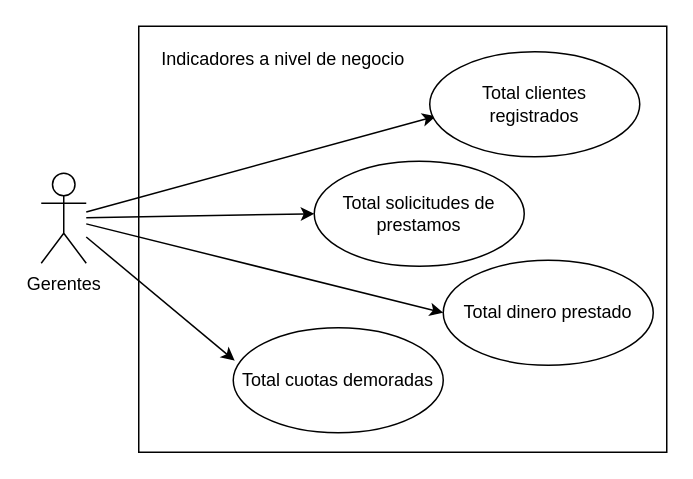
alexrv11/credicuotas keeps this draw.io diagram as docs/use cases/metrics-dashboard.drawio. Above is the earlier version. Source tidied: cells renumbered, new cells numbered last; positions are measured from the earlier drawing's top-left corner, leaving out a move shared by most shapes. Both pictures are drawn from the tidied source at 150%, with x=0, y=0 at pixel (40, 26).
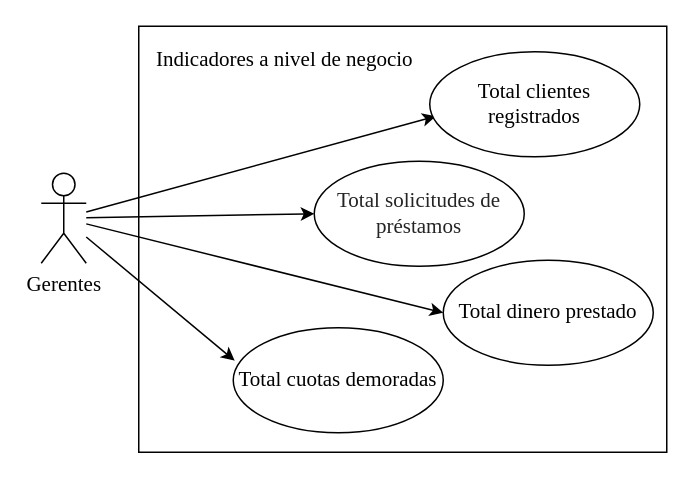
After the change.

The edit, as a diff of the source:
```diff
@@
 <mxGraphModel>
   <root>
     <mxCell id="0" />
     <mxCell id="1" parent="0" />
-    <mxCell id="2" style="rounded=0;whiteSpace=wrap;html=1;" parent="1" vertex="1">
+    <mxCell id="2" style="rounded=0;whiteSpace=wrap;html=1;fontFamily=Times New Roman;fontSize=14;" parent="1" vertex="1">
       <mxGeometry x="65" width="352" height="284" as="geometry" />
     </mxCell>
-    <mxCell id="3" value="Total solicitudes de prestamos" style="ellipse;whiteSpace=wrap;html=1;" parent="1" vertex="1">
+    <mxCell id="3" value="&lt;span id=&quot;docs-internal-guid-6db35773-7fff-20c3-f147-f76f2196d38b&quot;&gt;&lt;span style=&quot;font-size: 10.5pt ; color: rgb(36 , 36 , 36) ; vertical-align: baseline&quot;&gt;Total solicitudes de préstamos&lt;/span&gt;&lt;/span&gt;" style="ellipse;whiteSpace=wrap;html=1;fontFamily=Times New Roman;fontSize=14;" parent="1" vertex="1">
       <mxGeometry x="182" y="90" width="140" height="70" as="geometry" />
     </mxCell>
-    <mxCell id="4" style="edgeStyle=none;html=1;entryX=0.007;entryY=0.314;entryDx=0;entryDy=0;entryPerimeter=0;" parent="1" edge="1" source="8" target="12">
+    <mxCell id="4" style="edgeStyle=none;html=1;entryX=0.007;entryY=0.314;entryDx=0;entryDy=0;entryPerimeter=0;fontFamily=Times New Roman;fontSize=14;" parent="1" edge="1" source="8" target="12">
       <mxGeometry relative="1" as="geometry" />
     </mxCell>
-    <mxCell id="5" style="edgeStyle=none;html=1;entryX=0;entryY=0.5;entryDx=0;entryDy=0;" parent="1" edge="1" source="8" target="3">
+    <mxCell id="5" style="edgeStyle=none;html=1;entryX=0;entryY=0.5;entryDx=0;entryDy=0;fontFamily=Times New Roman;fontSize=14;" parent="1" edge="1" source="8" target="3">
       <mxGeometry relative="1" as="geometry" />
     </mxCell>
-    <mxCell id="6" style="edgeStyle=none;html=1;entryX=0;entryY=0.5;entryDx=0;entryDy=0;" parent="1" edge="1" source="8" target="11">
+    <mxCell id="6" style="edgeStyle=none;html=1;entryX=0;entryY=0.5;entryDx=0;entryDy=0;fontFamily=Times New Roman;fontSize=14;" parent="1" edge="1" source="8" target="11">
       <mxGeometry relative="1" as="geometry" />
     </mxCell>
-    <mxCell id="7" style="edgeStyle=none;html=1;entryX=0.029;entryY=0.614;entryDx=0;entryDy=0;entryPerimeter=0;" parent="1" edge="1" source="8" target="10">
+    <mxCell id="7" style="edgeStyle=none;html=1;entryX=0.029;entryY=0.614;entryDx=0;entryDy=0;entryPerimeter=0;fontFamily=Times New Roman;fontSize=14;" parent="1" edge="1" source="8" target="10">
       <mxGeometry relative="1" as="geometry" />
     </mxCell>
-    <mxCell id="8" value="Gerentes&lt;br&gt;" style="shape=umlActor;verticalLabelPosition=bottom;verticalAlign=top;html=1;" parent="1" vertex="1">
+    <mxCell id="8" value="Gerentes&lt;br style=&quot;font-size: 14px;&quot;&gt;" style="shape=umlActor;verticalLabelPosition=bottom;verticalAlign=top;html=1;fontFamily=Times New Roman;fontSize=14;" parent="1" vertex="1">
       <mxGeometry y="98" width="30" height="60" as="geometry" />
     </mxCell>
-    <mxCell id="9" value="Indicadores a nivel de negocio" style="text;html=1;align=center;verticalAlign=middle;strokeColor=none;" parent="1" vertex="1">
-      <mxGeometry x="75" y="13" width="172" height="18" as="geometry" />
+    <mxCell id="9" value="Indicadores a nivel de negocio" style="text;html=1;align=center;verticalAlign=middle;strokeColor=none;fontFamily=Times New Roman;fontSize=14;" parent="1" vertex="1">
+      <mxGeometry x="71" y="12" width="181" height="21" as="geometry" />
     </mxCell>
-    <mxCell id="10" value="Total clientes &lt;br&gt;registrados" style="ellipse;whiteSpace=wrap;html=1;" parent="1" vertex="1">
+    <mxCell id="10" value="Total clientes &lt;br style=&quot;font-size: 14px;&quot;&gt;registrados" style="ellipse;whiteSpace=wrap;html=1;fontFamily=Times New Roman;fontSize=14;" parent="1" vertex="1">
       <mxGeometry x="259" y="17" width="140" height="70" as="geometry" />
     </mxCell>
-    <mxCell id="11" value="Total dinero prestado" style="ellipse;whiteSpace=wrap;html=1;" parent="1" vertex="1">
+    <mxCell id="11" value="Total dinero prestado" style="ellipse;whiteSpace=wrap;html=1;fontFamily=Times New Roman;fontSize=14;" parent="1" vertex="1">
       <mxGeometry x="268" y="156" width="140" height="70" as="geometry" />
     </mxCell>
-    <mxCell id="12" value="Total cuotas demoradas" style="ellipse;whiteSpace=wrap;html=1;" parent="1" vertex="1">
+    <mxCell id="12" value="Total cuotas demoradas" style="ellipse;whiteSpace=wrap;html=1;fontFamily=Times New Roman;fontSize=14;" parent="1" vertex="1">
       <mxGeometry x="128" y="201" width="140" height="70" as="geometry" />
     </mxCell>
   </root>
 </mxGraphModel>
```
